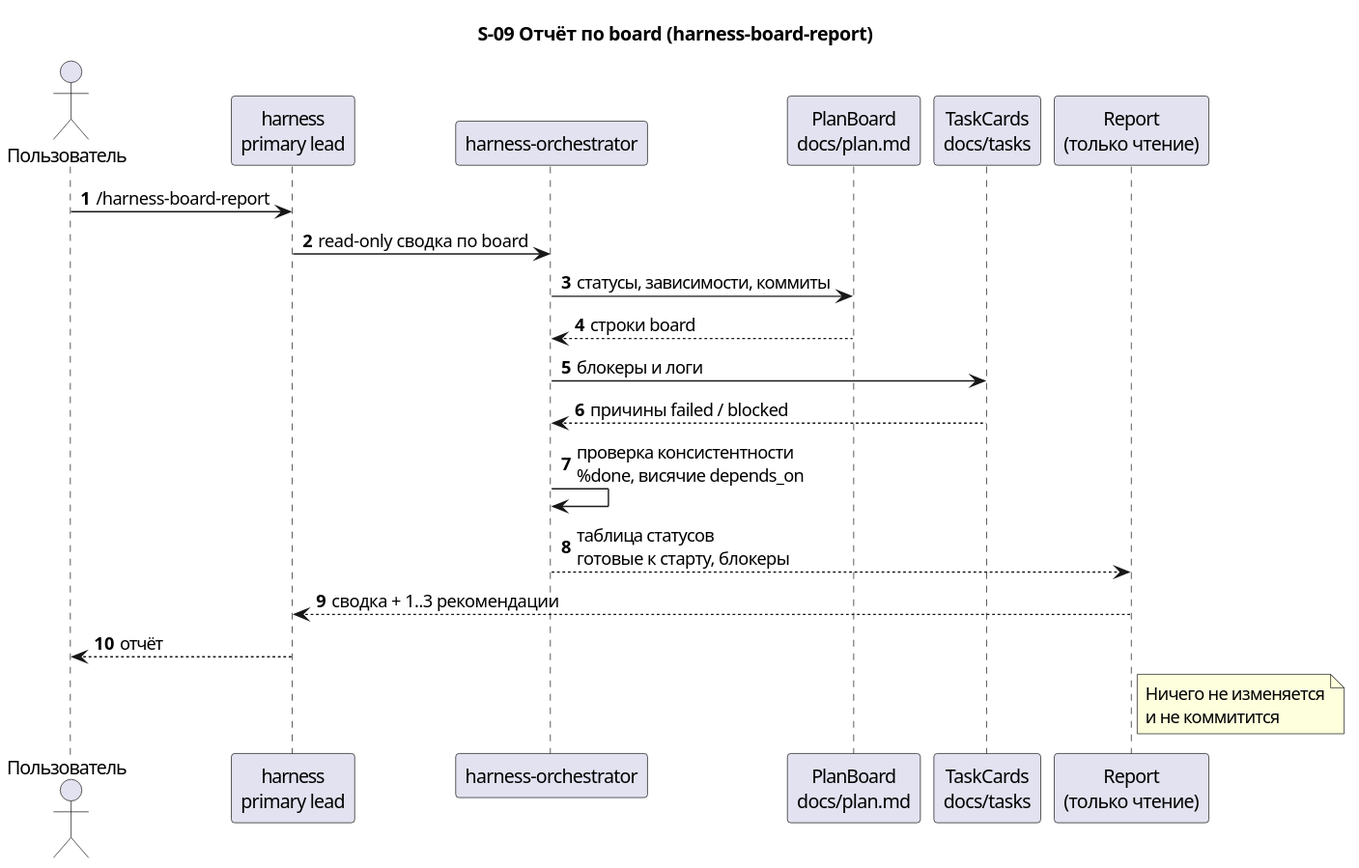
serge-sasov/harness keeps this PlantUML diagram as docs/description/diagrams/seq-09-harness-board-report.svg. Above is the earlier version. Its diagram source:
```plantuml
@startuml
autonumber
skinparam defaultFontName Segoe UI
title S-09 Отчёт по board (harness-board-report)

actor "Пользователь" as user
participant "harness\nprimary lead" as lead
participant "harness-orchestrator" as orch
participant "PlanBoard\ndocs/plan.md" as board
participant "TaskCards\ndocs/tasks" as cards
participant "Report\n(только чтение)" as report

user -> lead : /harness-board-report
lead -> orch : read-only сводка по board
orch -> board : статусы, зависимости, коммиты
board --> orch : строки board
orch -> cards : блокеры и логи
cards --> orch : причины failed / blocked
orch -> orch : проверка консистентности\n%done, висячие depends_on
orch --> report : таблица статусов\nготовые к старту, блокеры
report --> lead : сводка + 1..3 рекомендации
lead --> user : отчёт
note right of report
  Ничего не изменяется
  и не коммитится
end note
@enduml
```
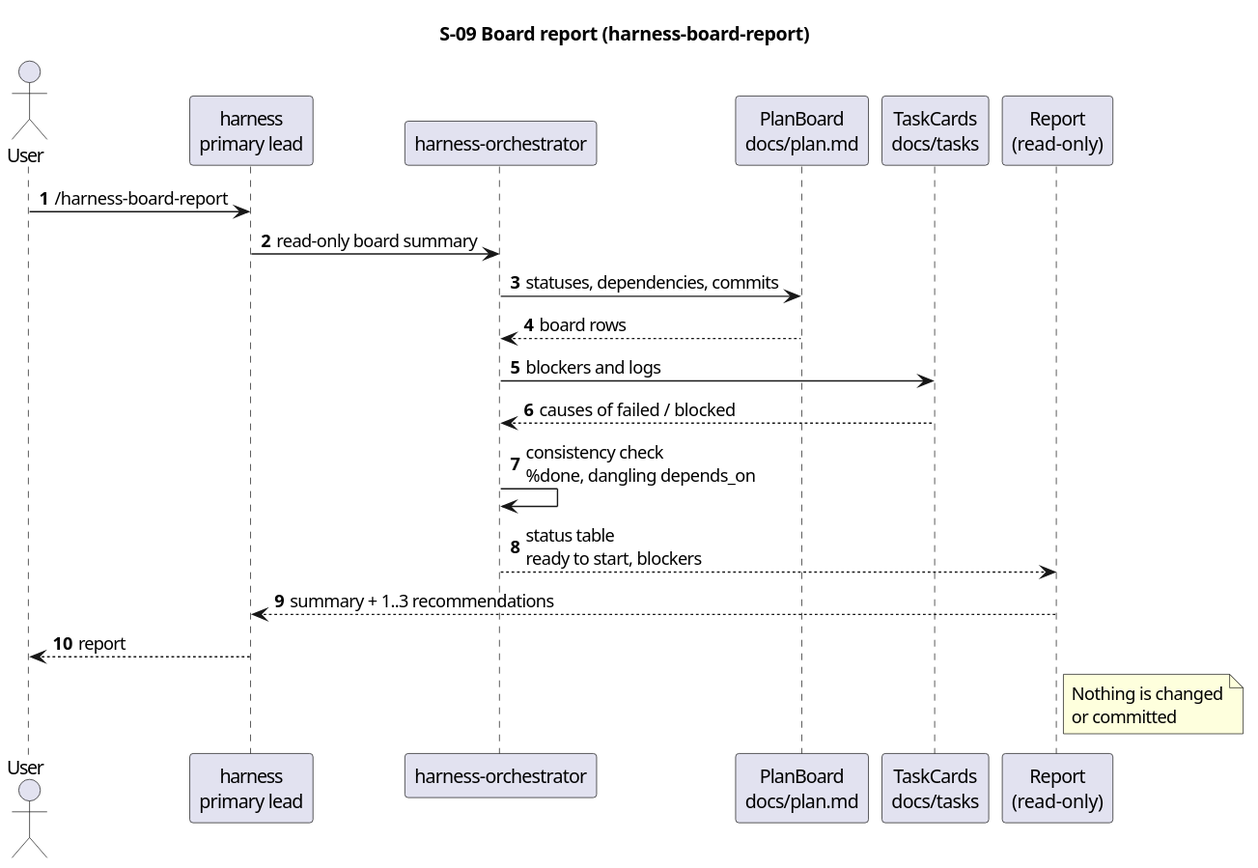
After the change.

The edit, as a diff of the source:
```diff
@@ -1,27 +1,27 @@
 @startuml
 autonumber
 skinparam defaultFontName Segoe UI
-title S-09 Отчёт по board (harness-board-report)
+title S-09 Board report (harness-board-report)
 
-actor "Пользователь" as user
+actor "User" as user
 participant "harness\nprimary lead" as lead
 participant "harness-orchestrator" as orch
 participant "PlanBoard\ndocs/plan.md" as board
 participant "TaskCards\ndocs/tasks" as cards
-participant "Report\n(только чтение)" as report
+participant "Report\n(read-only)" as report
 
 user -> lead : /harness-board-report
-lead -> orch : read-only сводка по board
-orch -> board : статусы, зависимости, коммиты
-board --> orch : строки board
-orch -> cards : блокеры и логи
-cards --> orch : причины failed / blocked
-orch -> orch : проверка консистентности\n%done, висячие depends_on
-orch --> report : таблица статусов\nготовые к старту, блокеры
-report --> lead : сводка + 1..3 рекомендации
-lead --> user : отчёт
+lead -> orch : read-only board summary
+orch -> board : statuses, dependencies, commits
+board --> orch : board rows
+orch -> cards : blockers and logs
+cards --> orch : causes of failed / blocked
+orch -> orch : consistency check\n%done, dangling depends_on
+orch --> report : status table\nready to start, blockers
+report --> lead : summary + 1..3 recommendations
+lead --> user : report
 note right of report
-  Ничего не изменяется
-  и не коммитится
+  Nothing is changed
+  or committed
 end note
 @enduml
```
